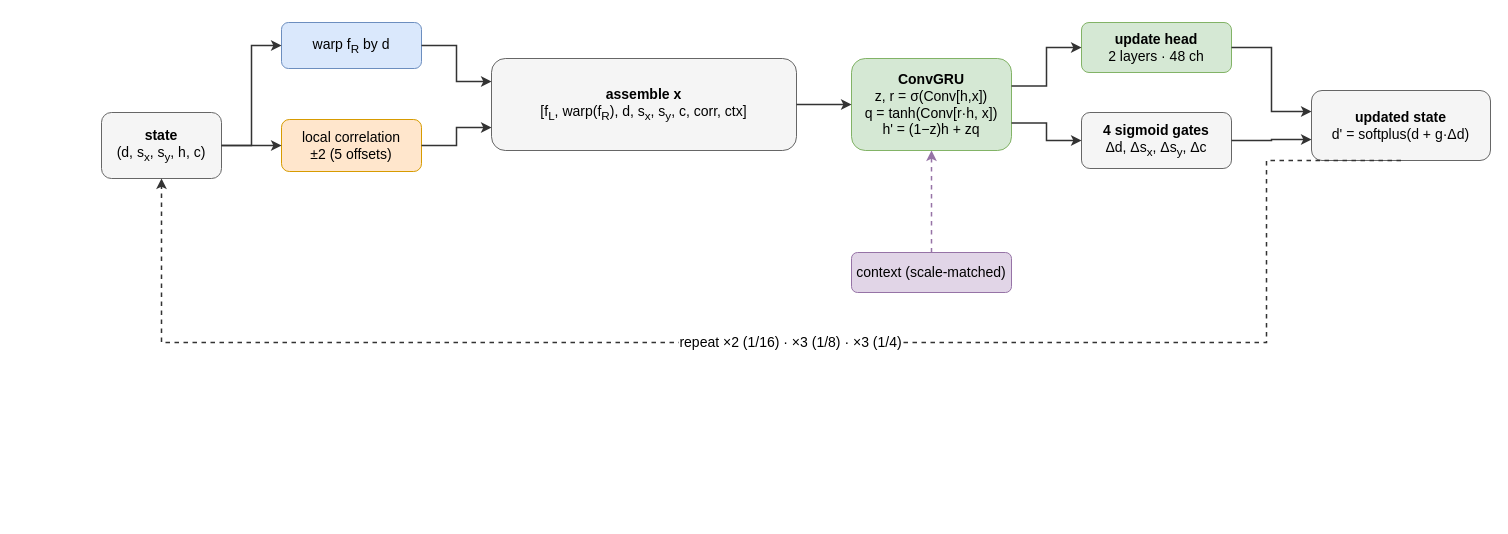
Before: thesis/book/figures/fig_3_4_refinement.drawio in abrar-nazib/StereoLite, a draw.io diagram. Source tidied: cells renumbered, new cells numbered last; positions are measured from the earlier drawing's top-left corner, leaving out a move shared by most shapes. Both pictures are drawn from the tidied source at 100%, with x=0, y=0 at pixel (101, 22).
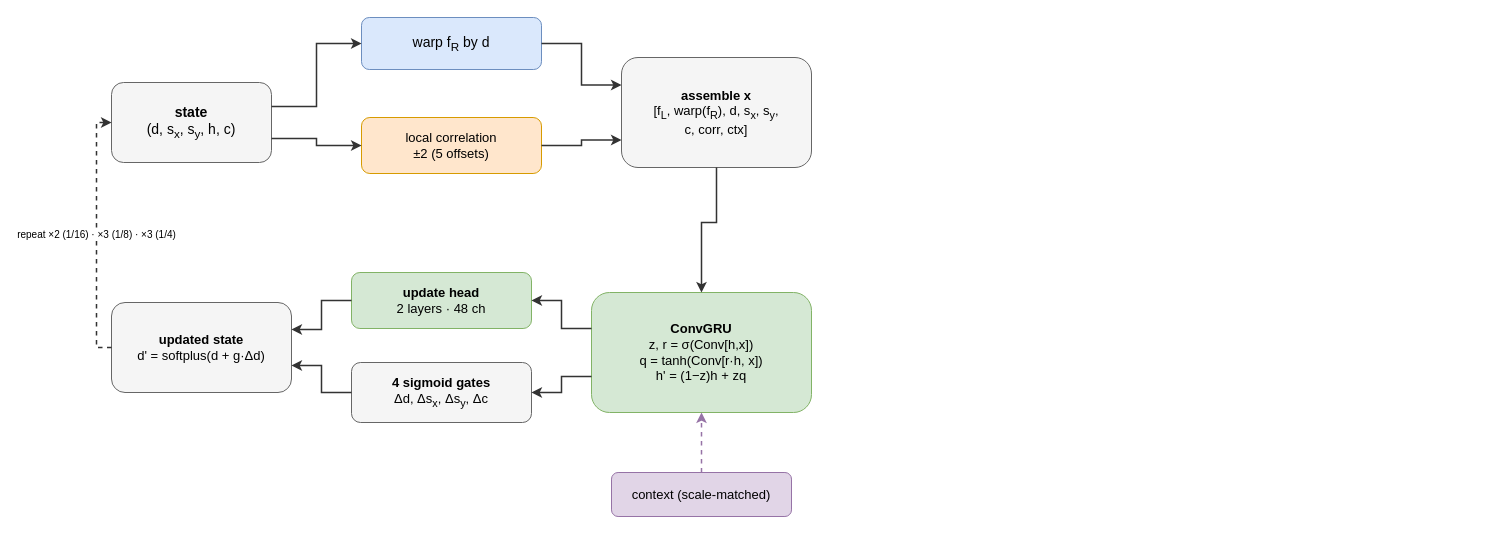
Above is the later version.

What changed in the source:
```diff
@@
     <mxCell id="2" value="&lt;b&gt;state&lt;/b&gt;&lt;br&gt;(d, s&lt;sub&gt;x&lt;/sub&gt;, s&lt;sub&gt;y&lt;/sub&gt;, h, c)" style="rounded=1;whiteSpace=wrap;html=1;fillColor=#f5f5f5;strokeColor=#666666;fontSize=14;align=center;" parent="1" vertex="1">
-      <mxGeometry y="90" width="120" height="66" as="geometry" />
+      <mxGeometry x="10" y="60" width="160" height="80" as="geometry" />
     </mxCell>
     <mxCell id="3" value="warp f&lt;sub&gt;R&lt;/sub&gt; by d" style="rounded=1;whiteSpace=wrap;html=1;fillColor=#dae8fc;strokeColor=#6c8ebf;fontSize=14;align=center;" parent="1" vertex="1">
-      <mxGeometry x="180" width="140" height="46" as="geometry" />
+      <mxGeometry x="260" y="-5" width="180" height="52" as="geometry" />
     </mxCell>
-    <mxCell id="4" value="local correlation&lt;br&gt;±2 (5 offsets)" style="rounded=1;whiteSpace=wrap;html=1;fillColor=#ffe6cc;strokeColor=#d79b00;fontSize=14;align=center;" parent="1" vertex="1">
-      <mxGeometry x="180" y="97" width="140" height="52" as="geometry" />
+    <mxCell id="4" value="local correlation&lt;br&gt;±2 (5 offsets)" style="rounded=1;whiteSpace=wrap;html=1;fillColor=#ffe6cc;strokeColor=#d79b00;fontSize=13;align=center;" parent="1" vertex="1">
+      <mxGeometry x="260" y="95" width="180" height="56" as="geometry" />
     </mxCell>
-    <mxCell id="5" value="&lt;b&gt;assemble x&lt;/b&gt;&lt;br&gt;[f&lt;sub&gt;L&lt;/sub&gt;, warp(f&lt;sub&gt;R&lt;/sub&gt;), d, s&lt;sub&gt;x&lt;/sub&gt;, s&lt;sub&gt;y&lt;/sub&gt;, c, corr, ctx]" style="rounded=1;whiteSpace=wrap;html=1;fillColor=#f5f5f5;strokeColor=#666666;fontSize=14;align=center;" parent="1" vertex="1">
-      <mxGeometry x="390" y="36" width="305" height="92" as="geometry" />
+    <mxCell id="5" value="&lt;b&gt;assemble x&lt;/b&gt;&lt;br&gt;[f&lt;sub&gt;L&lt;/sub&gt;, warp(f&lt;sub&gt;R&lt;/sub&gt;), d, s&lt;sub&gt;x&lt;/sub&gt;, s&lt;sub&gt;y&lt;/sub&gt;,&lt;br&gt;c, corr, ctx]" style="rounded=1;whiteSpace=wrap;html=1;fillColor=#f5f5f5;strokeColor=#666666;fontSize=13;align=center;" parent="1" vertex="1">
+      <mxGeometry x="520" y="35" width="190" height="110" as="geometry" />
     </mxCell>
-    <mxCell id="6" value="&lt;b&gt;ConvGRU&lt;/b&gt;&lt;br&gt;z, r = σ(Conv[h,x])&lt;br&gt;q = tanh(Conv[r·h, x])&lt;br&gt;h' = (1−z)h + zq" style="rounded=1;whiteSpace=wrap;html=1;fillColor=#d5e8d4;strokeColor=#82b366;fontSize=14;align=center;" parent="1" vertex="1">
-      <mxGeometry x="750" y="36" width="160" height="92" as="geometry" />
+    <mxCell id="6" value="&lt;b&gt;ConvGRU&lt;/b&gt;&lt;br&gt;z, r = σ(Conv[h,x])&lt;br&gt;q = tanh(Conv[r·h, x])&lt;br&gt;h' = (1−z)h + zq" style="rounded=1;whiteSpace=wrap;html=1;fillColor=#d5e8d4;strokeColor=#82b366;fontSize=13;align=center;" parent="1" vertex="1">
+      <mxGeometry x="490" y="270" width="220" height="120" as="geometry" />
     </mxCell>
-    <mxCell id="7" value="&lt;b&gt;update head&lt;/b&gt;&lt;br&gt;2 layers · 48 ch" style="rounded=1;whiteSpace=wrap;html=1;fillColor=#d5e8d4;strokeColor=#82b366;fontSize=14;align=center;" parent="1" vertex="1">
-      <mxGeometry x="980" width="150" height="50" as="geometry" />
+    <mxCell id="7" value="&lt;b&gt;update head&lt;/b&gt;&lt;br&gt;2 layers · 48 ch" style="rounded=1;whiteSpace=wrap;html=1;fillColor=#d5e8d4;strokeColor=#82b366;fontSize=13;align=center;" parent="1" vertex="1">
+      <mxGeometry x="250" y="250" width="180" height="56" as="geometry" />
     </mxCell>
-    <mxCell id="8" value="&lt;b&gt;4 sigmoid gates&lt;/b&gt;&lt;br&gt;Δd, Δs&lt;sub&gt;x&lt;/sub&gt;, Δs&lt;sub&gt;y&lt;/sub&gt;, Δc" style="rounded=1;whiteSpace=wrap;html=1;fillColor=#f5f5f5;strokeColor=#666666;fontSize=14;align=center;" parent="1" vertex="1">
-      <mxGeometry x="980" y="90" width="150" height="56" as="geometry" />
+    <mxCell id="8" value="&lt;b&gt;4 sigmoid gates&lt;/b&gt;&lt;br&gt;Δd, Δs&lt;sub&gt;x&lt;/sub&gt;, Δs&lt;sub&gt;y&lt;/sub&gt;, Δc" style="rounded=1;whiteSpace=wrap;html=1;fillColor=#f5f5f5;strokeColor=#666666;fontSize=13;align=center;" parent="1" vertex="1">
+      <mxGeometry x="250" y="340" width="180" height="60" as="geometry" />
     </mxCell>
-    <mxCell id="9" value="&lt;b&gt;updated state&lt;/b&gt;&lt;br&gt;d' = softplus(d + g·Δd)" style="rounded=1;whiteSpace=wrap;html=1;fillColor=#f5f5f5;strokeColor=#666666;fontSize=14;align=center;" parent="1" vertex="1">
-      <mxGeometry x="1210" y="68" width="179" height="70" as="geometry" />
+    <mxCell id="9" value="&lt;b&gt;updated state&lt;/b&gt;&lt;br&gt;d' = softplus(d + g·Δd)" style="rounded=1;whiteSpace=wrap;html=1;fillColor=#f5f5f5;strokeColor=#666666;fontSize=13;align=center;" parent="1" vertex="1">
+      <mxGeometry x="10" y="280" width="180" height="90" as="geometry" />
     </mxCell>
-    <mxCell id="10" style="edgeStyle=orthogonalEdgeStyle;rounded=0;html=1;jettySize=auto;strokeColor=#333333;strokeWidth=1.5;fontSize=14;exitX=1;exitY=0.5;exitDx=0;exitDy=0;entryX=0;entryY=0.5;entryDx=0;entryDy=0;" parent="1" edge="1" source="2" target="3">
+    <mxCell id="10" style="edgeStyle=orthogonalEdgeStyle;rounded=0;html=1;jettySize=auto;strokeColor=#333333;strokeWidth=1.5;fontSize=10;exitX=1;exitY=0.3;exitDx=0;exitDy=0;entryX=0;entryY=0.5;entryDx=0;entryDy=0;" parent="1" edge="1" source="2" target="3">
       <mxGeometry relative="1" as="geometry">
         <Array as="points">
-          <mxPoint x="150" y="123" />
-          <mxPoint x="150" y="23" />
+          <mxPoint x="215" y="84" />
+          <mxPoint x="215" y="21" />
         </Array>
       </mxGeometry>
     </mxCell>
-    <mxCell id="11" style="edgeStyle=orthogonalEdgeStyle;rounded=0;html=1;jettySize=auto;strokeColor=#333333;strokeWidth=1.5;fontSize=14;exitX=1;exitY=0.5;exitDx=0;exitDy=0;entryX=0;entryY=0.5;entryDx=0;entryDy=0;" parent="1" edge="1" source="2" target="4">
+    <mxCell id="11" style="edgeStyle=orthogonalEdgeStyle;rounded=0;html=1;jettySize=auto;strokeColor=#333333;strokeWidth=1.5;fontSize=10;exitX=1;exitY=0.7;exitDx=0;exitDy=0;entryX=0;entryY=0.5;entryDx=0;entryDy=0;" parent="1" edge="1" source="2" target="4">
       <mxGeometry relative="1" as="geometry" />
     </mxCell>
-    <mxCell id="12" style="edgeStyle=orthogonalEdgeStyle;rounded=0;html=1;jettySize=auto;strokeColor=#333333;strokeWidth=1.5;fontSize=14;exitX=1;exitY=0.5;exitDx=0;exitDy=0;entryX=0;entryY=0.25;entryDx=0;entryDy=0;" parent="1" edge="1" source="3" target="5">
+    <mxCell id="12" style="edgeStyle=orthogonalEdgeStyle;rounded=0;html=1;jettySize=auto;strokeColor=#333333;strokeWidth=1.5;fontSize=10;exitX=1;exitY=0.5;exitDx=0;exitDy=0;entryX=0;entryY=0.25;entryDx=0;entryDy=0;" parent="1" edge="1" source="3" target="5">
       <mxGeometry relative="1" as="geometry" />
     </mxCell>
-    <mxCell id="13" style="edgeStyle=orthogonalEdgeStyle;rounded=0;html=1;jettySize=auto;strokeColor=#333333;strokeWidth=1.5;fontSize=14;exitX=1;exitY=0.5;exitDx=0;exitDy=0;entryX=0;entryY=0.75;entryDx=0;entryDy=0;" parent="1" edge="1" source="4" target="5">
+    <mxCell id="13" style="edgeStyle=orthogonalEdgeStyle;rounded=0;html=1;jettySize=auto;strokeColor=#333333;strokeWidth=1.5;fontSize=10;exitX=1;exitY=0.5;exitDx=0;exitDy=0;entryX=0;entryY=0.75;entryDx=0;entryDy=0;" parent="1" edge="1" source="4" target="5">
       <mxGeometry relative="1" as="geometry" />
     </mxCell>
-    <mxCell id="14" style="edgeStyle=orthogonalEdgeStyle;rounded=0;html=1;jettySize=auto;strokeColor=#333333;strokeWidth=1.5;fontSize=14;exitX=1;exitY=0.5;exitDx=0;exitDy=0;entryX=0;entryY=0.5;entryDx=0;entryDy=0;" parent="1" edge="1" source="5" target="6">
-      <mxGeometry relative="1" as="geometry" />
+    <mxCell id="14" style="edgeStyle=orthogonalEdgeStyle;rounded=0;html=1;jettySize=auto;strokeColor=#333333;strokeWidth=1.5;fontSize=10;exitX=0.5;exitY=1;exitDx=0;exitDy=0;entryX=0.5;entryY=0;entryDx=0;entryDy=0;" parent="1" edge="1" source="5" target="6">
+      <mxGeometry relative="1" as="geometry">
+        <Array as="points">
+          <mxPoint x="615" y="200" />
+        </Array>
+      </mxGeometry>
     </mxCell>
-    <mxCell id="15" style="edgeStyle=orthogonalEdgeStyle;rounded=0;html=1;jettySize=auto;strokeColor=#333333;strokeWidth=1.5;fontSize=14;exitX=1;exitY=0.3;exitDx=0;exitDy=0;entryX=0;entryY=0.5;entryDx=0;entryDy=0;" parent="1" edge="1" source="6" target="7">
+    <mxCell id="15" style="edgeStyle=orthogonalEdgeStyle;rounded=0;html=1;jettySize=auto;strokeColor=#333333;strokeWidth=1.5;fontSize=10;exitX=0;exitY=0.3;exitDx=0;exitDy=0;entryX=1;entryY=0.5;entryDx=0;entryDy=0;" parent="1" edge="1" source="6" target="7">
       <mxGeometry relative="1" as="geometry" />
     </mxCell>
-    <mxCell id="16" style="edgeStyle=orthogonalEdgeStyle;rounded=0;html=1;jettySize=auto;strokeColor=#333333;strokeWidth=1.5;fontSize=14;exitX=1;exitY=0.7;exitDx=0;exitDy=0;entryX=0;entryY=0.5;entryDx=0;entryDy=0;" parent="1" edge="1" source="6" target="8">
+    <mxCell id="16" style="edgeStyle=orthogonalEdgeStyle;rounded=0;html=1;jettySize=auto;strokeColor=#333333;strokeWidth=1.5;fontSize=10;exitX=0;exitY=0.7;exitDx=0;exitDy=0;entryX=1;entryY=0.5;entryDx=0;entryDy=0;" parent="1" edge="1" source="6" target="8">
       <mxGeometry relative="1" as="geometry" />
     </mxCell>
-    <mxCell id="17" style="edgeStyle=orthogonalEdgeStyle;rounded=0;html=1;jettySize=auto;strokeColor=#333333;strokeWidth=1.5;fontSize=14;exitX=1;exitY=0.5;exitDx=0;exitDy=0;entryX=0;entryY=0.3;entryDx=0;entryDy=0;" parent="1" edge="1" source="7" target="9">
+    <mxCell id="17" style="edgeStyle=orthogonalEdgeStyle;rounded=0;html=1;jettySize=auto;strokeColor=#333333;strokeWidth=1.5;fontSize=10;exitX=0;exitY=0.5;exitDx=0;exitDy=0;entryX=1;entryY=0.3;entryDx=0;entryDy=0;" parent="1" edge="1" source="7" target="9">
       <mxGeometry relative="1" as="geometry" />
     </mxCell>
-    <mxCell id="18" style="edgeStyle=orthogonalEdgeStyle;rounded=0;html=1;jettySize=auto;strokeColor=#333333;strokeWidth=1.5;fontSize=14;exitX=1;exitY=0.5;exitDx=0;exitDy=0;entryX=0;entryY=0.7;entryDx=0;entryDy=0;" parent="1" edge="1" source="8" target="9">
+    <mxCell id="18" style="edgeStyle=orthogonalEdgeStyle;rounded=0;html=1;jettySize=auto;strokeColor=#333333;strokeWidth=1.5;fontSize=10;exitX=0;exitY=0.5;exitDx=0;exitDy=0;entryX=1;entryY=0.7;entryDx=0;entryDy=0;" parent="1" edge="1" source="8" target="9">
       <mxGeometry relative="1" as="geometry" />
     </mxCell>
-    <mxCell id="19" value="context (scale-matched)" style="rounded=1;whiteSpace=wrap;html=1;fillColor=#e1d5e7;strokeColor=#9673a6;fontSize=14;align=center;" parent="1" vertex="1">
-      <mxGeometry x="750" y="230" width="160" height="40" as="geometry" />
+    <mxCell id="19" value="context (scale-matched)" style="rounded=1;whiteSpace=wrap;html=1;fillColor=#e1d5e7;strokeColor=#9673a6;fontSize=13;align=center;" parent="1" vertex="1">
+      <mxGeometry x="510" y="450" width="180" height="44" as="geometry" />
     </mxCell>
-    <mxCell id="20" style="edgeStyle=orthogonalEdgeStyle;rounded=0;html=1;jettySize=auto;strokeColor=#9673a6;strokeWidth=1.5;fontSize=14;dashed=1;exitX=0.5;exitY=0;exitDx=0;exitDy=0;entryX=0.5;entryY=1;entryDx=0;entryDy=0;" parent="1" edge="1" source="19" target="6">
+    <mxCell id="20" style="edgeStyle=orthogonalEdgeStyle;rounded=0;html=1;jettySize=auto;strokeColor=#9673a6;strokeWidth=1.5;fontSize=10;dashed=1;exitX=0.5;exitY=0;exitDx=0;exitDy=0;entryX=0.5;entryY=1;entryDx=0;entryDy=0;" parent="1" edge="1" source="19" target="6">
       <mxGeometry relative="1" as="geometry" />
     </mxCell>
-    <mxCell id="21" value="repeat ×2 (1/16) · ×3 (1/8) · ×3 (1/4)" style="edgeStyle=orthogonalEdgeStyle;rounded=0;html=1;jettySize=auto;strokeColor=#333333;strokeWidth=1.5;fontSize=14;dashed=1;exitX=0.5;exitY=1;exitDx=0;exitDy=0;entryX=0.5;entryY=1;entryDx=0;entryDy=0;" parent="1" edge="1" source="9" target="2">
+    <mxCell id="21" value="repeat ×2 (1/16) · ×3 (1/8) · ×3 (1/4)" style="edgeStyle=orthogonalEdgeStyle;rounded=0;html=1;jettySize=auto;strokeColor=#333333;strokeWidth=1.5;fontSize=10;dashed=1;exitX=0;exitY=0.5;exitDx=0;exitDy=0;entryX=0;entryY=0.5;entryDx=0;entryDy=0;" parent="1" edge="1" source="9" target="2">
       <mxGeometry relative="1" as="geometry">
         <Array as="points">
-          <mxPoint x="1165" y="320" />
-          <mxPoint x="60" y="320" />
+          <mxPoint x="-5" y="325" />
+          <mxPoint x="-5" y="100" />
         </Array>
       </mxGeometry>
     </mxCell>
```
